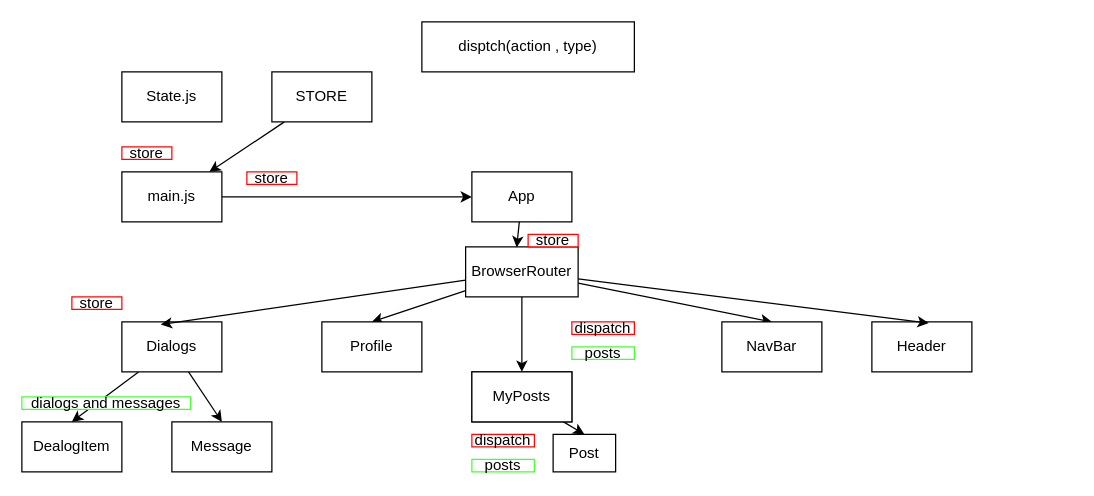
Rostilash/social_network keeps this draw.io diagram as .drawio. Above is the earlier version. Source tidied: cells renumbered, new cells numbered last; positions are measured from the earlier drawing's top-left corner, leaving out a move shared by most shapes. Both pictures are drawn from the tidied source at 125%, with x=0, y=0 at pixel (21, 21).
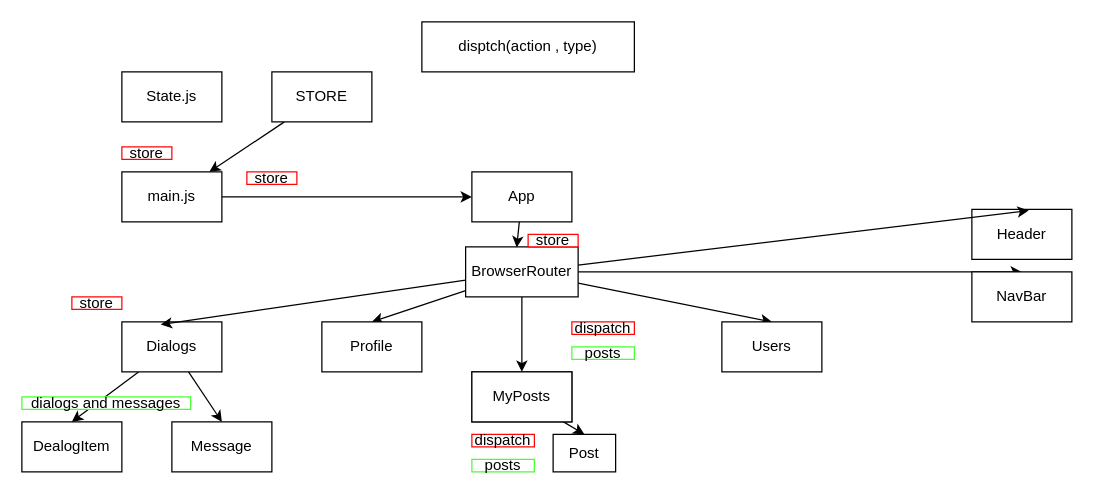
After the change.

Commit message:
88. pure function (imutable, return, side effect , determinate, idempotent)

Unchanged cells that the change refers to:
```xml
<mxCell id="11" value="BrowserRouter" style="rounded=0;whiteSpace=wrap;html=1;" parent="1" vertex="1">
  <mxGeometry x="355" y="180" width="90" height="40" as="geometry" />
</mxCell>
```

Diff of the diagram source:
```diff
@@
+    <mxCell id="37" style="edgeStyle=none;html=1;entryX=0.5;entryY=0;entryDx=0;entryDy=0;" parent="1" edge="1" source="11" target="38">
+      <mxGeometry relative="1" as="geometry" />
+    </mxCell>
@@
     <mxCell id="17" value="NavBar" style="rounded=0;whiteSpace=wrap;html=1;" parent="1" vertex="1">
-      <mxGeometry x="560" y="240" width="80" height="40" as="geometry" />
+      <mxGeometry x="760" y="200" width="80" height="40" as="geometry" />
     </mxCell>
     <mxCell id="18" value="Header" style="rounded=0;whiteSpace=wrap;html=1;" parent="1" vertex="1">
-      <mxGeometry x="680" y="240" width="80" height="40" as="geometry" />
+      <mxGeometry x="760" y="150" width="80" height="40" as="geometry" />
     </mxCell>
@@
+    <mxCell id="38" value="Users" style="rounded=0;whiteSpace=wrap;html=1;" parent="1" vertex="1">
+      <mxGeometry x="560" y="240" width="80" height="40" as="geometry" />
+    </mxCell>
```
